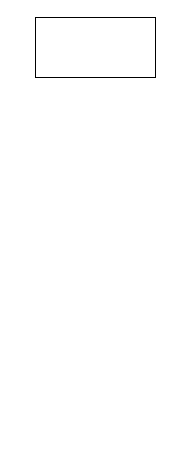
The draw.io diagram Testflows.drawio in panaetov/captain-bridge-qa, before the edit. Source tidied: cells renumbered, new cells numbered last; positions are measured from the earlier drawing's top-left corner, leaving out a move shared by most shapes. Both pictures are drawn from the tidied source at 100%, with x=0, y=0 at pixel (35, 17).
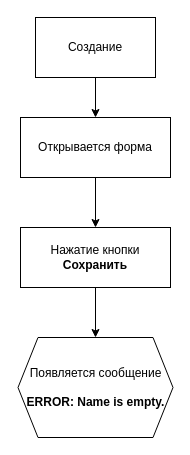
After the change.

Diff of the diagram source:
```diff
@@
 <mxGraphModel>
   <root>
     <mxCell id="0" />
     <mxCell id="1" parent="0" />
+    <mxCell id="3" style="edgeStyle=orthogonalEdgeStyle;rounded=0;jettySize=auto;html=1;" parent="1" edge="1" source="2" target="5">
+      <mxGeometry relative="1" as="geometry" />
+    </mxCell>
-    <mxCell id="2" style="rounded=0;whiteSpace=wrap;html=1;" parent="1" vertex="1">
+    <mxCell id="2" value="Создание" style="rounded=0;whiteSpace=wrap;html=1;" parent="1" vertex="1">
       <mxGeometry width="120" height="60" as="geometry" />
     </mxCell>
+    <mxCell id="4" style="edgeStyle=orthogonalEdgeStyle;rounded=0;jettySize=auto;html=1;" parent="1" edge="1" source="5" target="7">
+      <mxGeometry relative="1" as="geometry" />
+    </mxCell>
+    <mxCell id="5" value="Открывается форма" style="rounded=0;whiteSpace=wrap;html=1;" parent="1" vertex="1">
+      <mxGeometry x="-15" y="100" width="150" height="60" as="geometry" />
+    </mxCell>
+    <mxCell id="6" style="edgeStyle=orthogonalEdgeStyle;rounded=0;jettySize=auto;html=1;entryX=0.5;entryY=0;entryDx=0;entryDy=0;" parent="1" edge="1" source="7" target="8">
+      <mxGeometry relative="1" as="geometry" />
+    </mxCell>
+    <mxCell id="7" value="Нажатие кнопки &lt;b&gt;Сохранить&lt;/b&gt;" style="rounded=0;whiteSpace=wrap;html=1;" parent="1" vertex="1">
+      <mxGeometry x="-15" y="210" width="150" height="60" as="geometry" />
+    </mxCell>
+    <mxCell id="8" value="Появляется сообщение&lt;br&gt;&lt;div&gt;&lt;span style=&quot;box-sizing: inherit; margin: 0px;&quot;&gt;&lt;br&gt;&lt;b&gt;ERROR: Name is empty.&lt;/b&gt;&lt;br&gt;&lt;/span&gt;&lt;/div&gt;" style="shape=hexagon;perimeter=hexagonPerimeter2;whiteSpace=wrap;html=1;fixedSize=1;" parent="1" vertex="1">
+      <mxGeometry x="-17.5" y="320" width="155" height="100" as="geometry" />
+    </mxCell>
   </root>
 </mxGraphModel>
```
